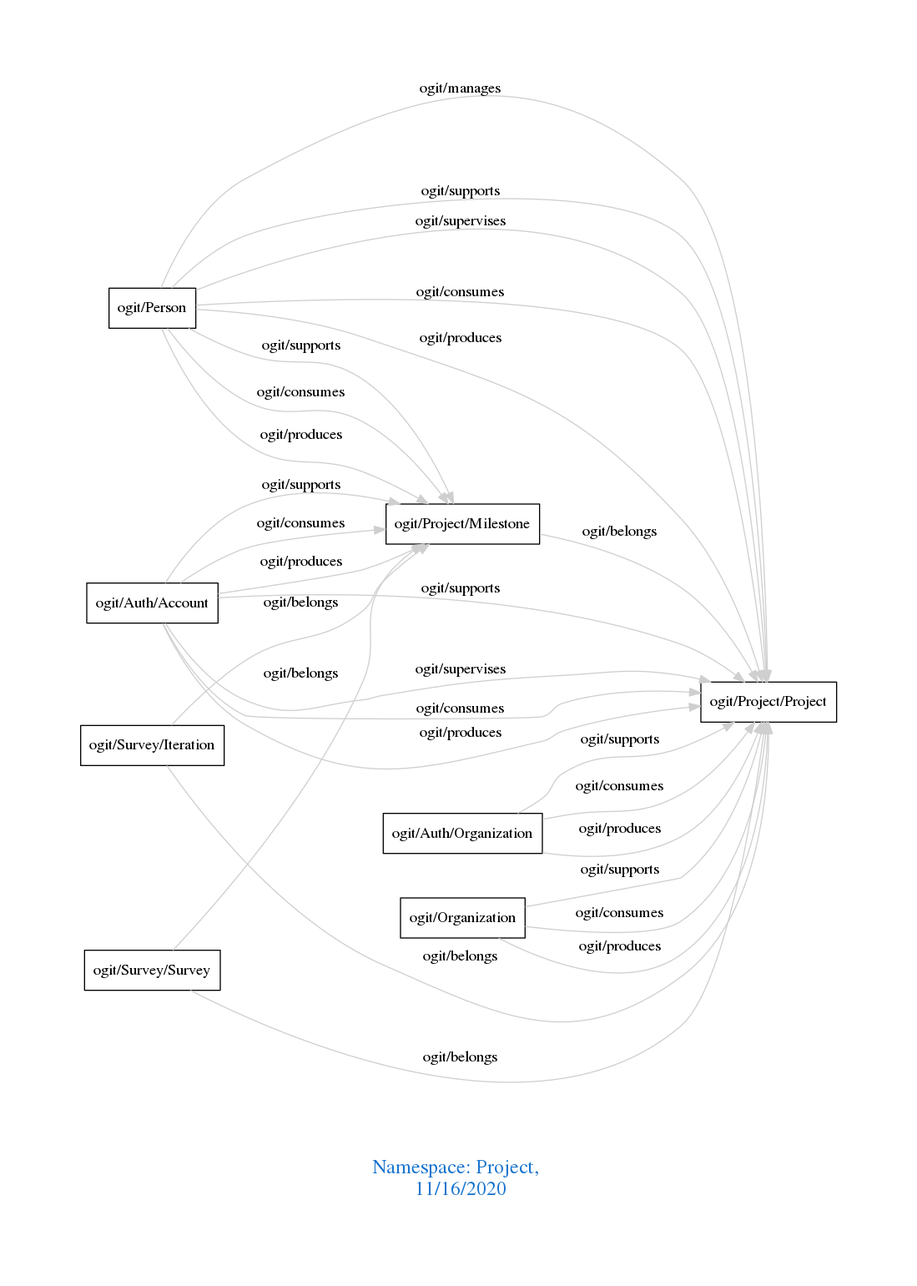
Before: downloads/Project.png, a diagram exported from Graphviz (arago/OGIT). Its source is kept beside it as downloads/Project.dot.
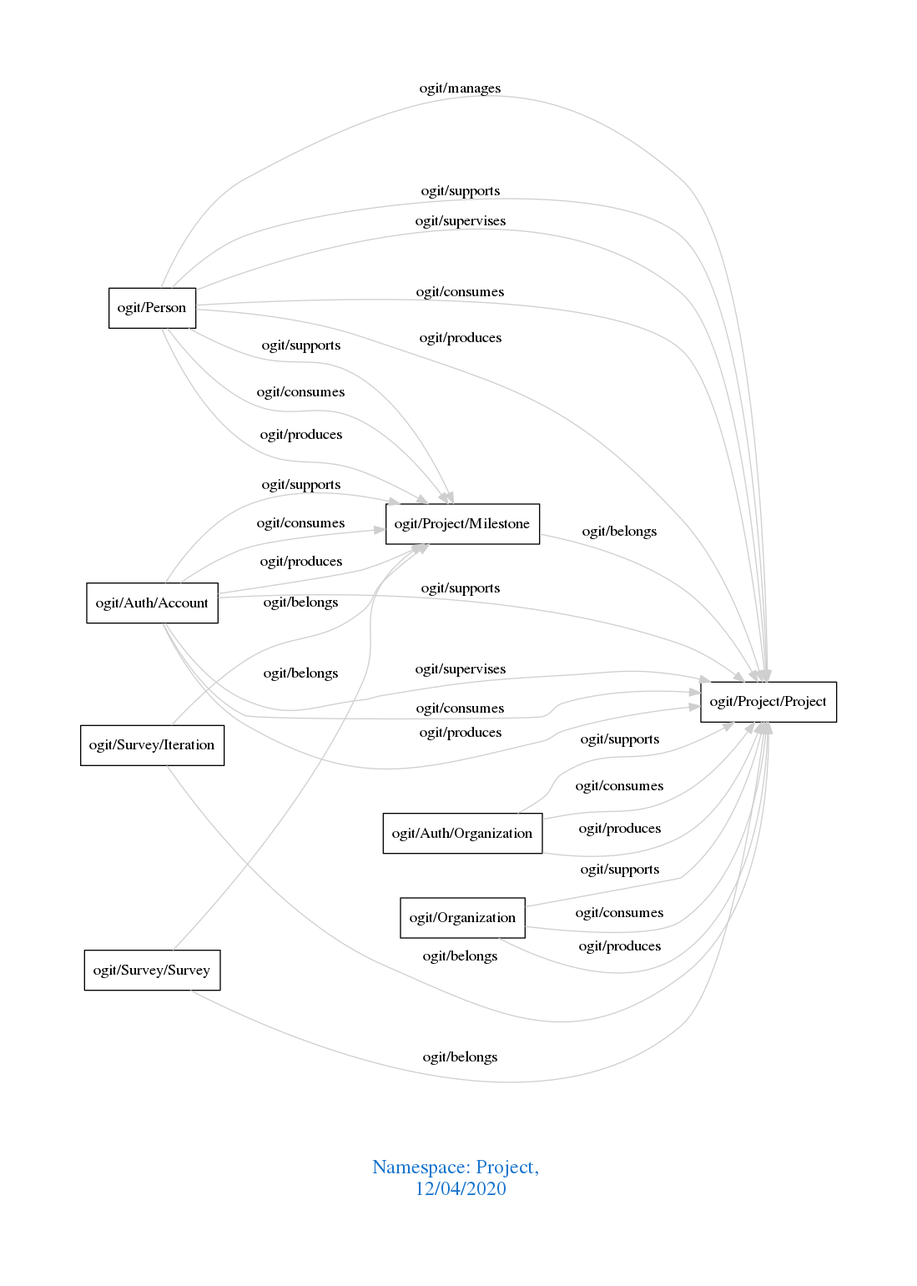
The same file after the commit.

Change to the diagram source:
```diff
@@ -1,7 +1,7 @@
 digraph OGIT_ontology {
  graph [ rankdir= LR,pad=1
 fontsize = 18,
-fontcolor= dodgerblue3,label = "\n\n\nNamespace: Project, \n 11/16/2020"];
+fontcolor= dodgerblue3,label = "\n\n\nNamespace: Project, \n 12/04/2020"];
 node[shape=polygon];
 edge [  color="gray81"];
 
```
